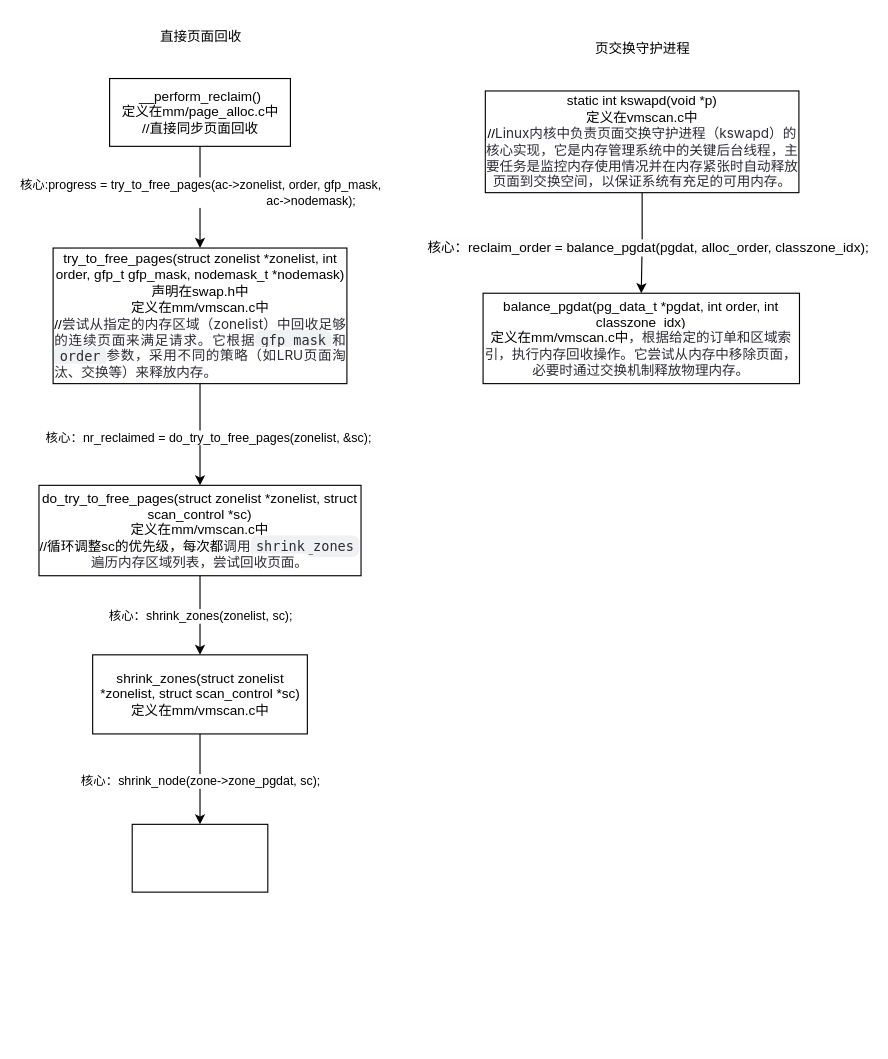
Earlier version of the draw.io diagram 2024/Lab1.drawio (AAAdrift/AAAdrift.github.io). Source tidied: cells renumbered, new cells numbered last; positions are measured from the earlier drawing's top-left corner, leaving out a move shared by most shapes. Both pictures are drawn from the tidied source at 113%, with x=0, y=0 at pixel (38, 19).
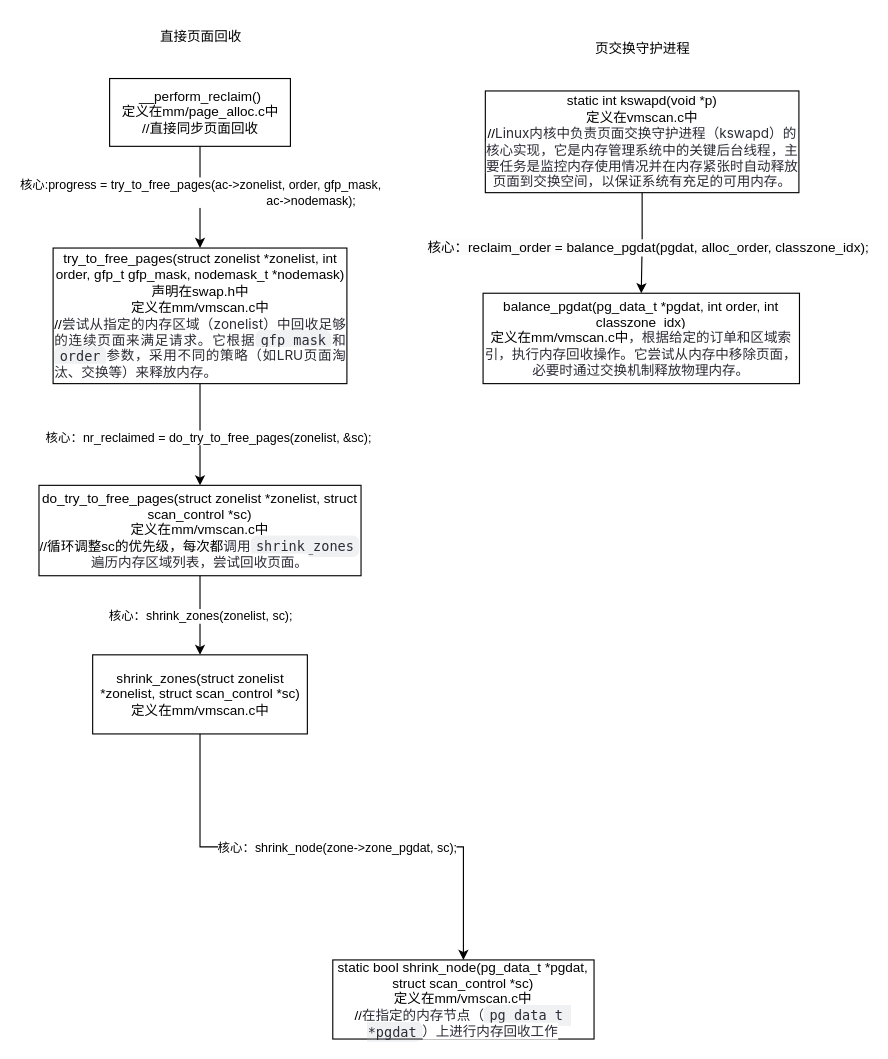
The same page after the edit.

What changed in the source:
```diff
@@
-    <mxCell id="20" style="rounded=0;whiteSpace=wrap;html=1;" parent="1" vertex="1">
-      <mxGeometry x="82.5" y="712" width="120" height="60" as="geometry" />
+    <mxCell id="20" value="static bool shrink_node(pg_data_t *pgdat, struct scan_control *sc)&lt;div&gt;定义在mm/vmscan.c中&lt;/div&gt;&lt;div&gt;//&lt;font style=&quot;font-size: 12px;&quot;&gt;&lt;span style=&quot;white-space-collapse: preserve; color: rgb(44, 44, 54); font-family: -apple-system, BlinkMacSystemFont, &amp;quot;Segoe UI&amp;quot;, &amp;quot;Noto Sans&amp;quot;, Helvetica, Arial, sans-serif, &amp;quot;Apple Color Emoji&amp;quot;, &amp;quot;Segoe UI Emoji&amp;quot;; text-align: start; background-color: rgb(255, 255, 255);&quot;&gt;在指定的内存节点（&lt;/span&gt;&lt;code style=&quot;white-space-collapse: break-spaces; box-sizing: border-box; --un-rotate: 0; --un-rotate-x: 0; --un-rotate-y: 0; --un-rotate-z: 0; --un-scale-x: 1; --un-scale-y: 1; --un-scale-z: 1; --un-skew-x: 0; --un-skew-y: 0; --un-translate-x: 0; --un-translate-y: 0; --un-translate-z: 0; --un-pan-x: ; --un-pan-y: ; --un-pinch-zoom: ; --un-scroll-snap-strictness: proximity; --un-ordinal: ; --un-slashed-zero: ; --un-numeric-figure: ; --un-numeric-spacing: ; --un-numeric-fraction: ; --un-border-spacing-x: 0; --un-border-spacing-y: 0; --un-ring-offset-shadow: 0 0 transparent; --un-ring-shadow: 0 0 transparent; --un-shadow-inset: ; --un-shadow: 0 0 transparent; --un-ring-inset: ; --un-ring-offset-width: 0px; --un-ring-offset-color: #fff; --un-ring-width: 0px; --un-ring-color: rgba(147,197,253,.5); --un-blur: ; --un-brightness: ; --un-contrast: ; --un-drop-shadow: ; --un-grayscale: ; --un-hue-rotate: ; --un-invert: ; --un-saturate: ; --un-sepia: ; --un-backdrop-blur: ; --un-backdrop-brightness: ; --un-backdrop-contrast: ; --un-backdrop-grayscale: ; --un-backdrop-hue-rotate: ; --un-backdrop-invert: ; --un-backdrop-opacity: ; --un-backdrop-saturate: ; --un-backdrop-sepia: ; font-family: ui-monospace, SFMono-Regular, &amp;quot;SF Mono&amp;quot;, Menlo, Consolas, &amp;quot;Liberation Mono&amp;quot;, monospace; background-color: rgba(175, 184, 193, 0.2); border-radius: 6px; margin: 0px; padding: 0.2em 0.4em; color: rgb(44, 44, 54); text-align: start;&quot;&gt;pg_data_t *pgdat&lt;/code&gt;&lt;span style=&quot;white-space-collapse: preserve; color: rgb(44, 44, 54); font-family: -apple-system, BlinkMacSystemFont, &amp;quot;Segoe UI&amp;quot;, &amp;quot;Noto Sans&amp;quot;, Helvetica, Arial, sans-serif, &amp;quot;Apple Color Emoji&amp;quot;, &amp;quot;Segoe UI Emoji&amp;quot;; text-align: start; background-color: rgb(255, 255, 255);&quot;&gt;）上进行内存回收工作&lt;/span&gt;&lt;/font&gt;&lt;/div&gt;" style="rounded=0;whiteSpace=wrap;html=1;" parent="1" vertex="1">
+      <mxGeometry x="260" y="832" width="231.2" height="70" as="geometry" />
     </mxCell>
```
